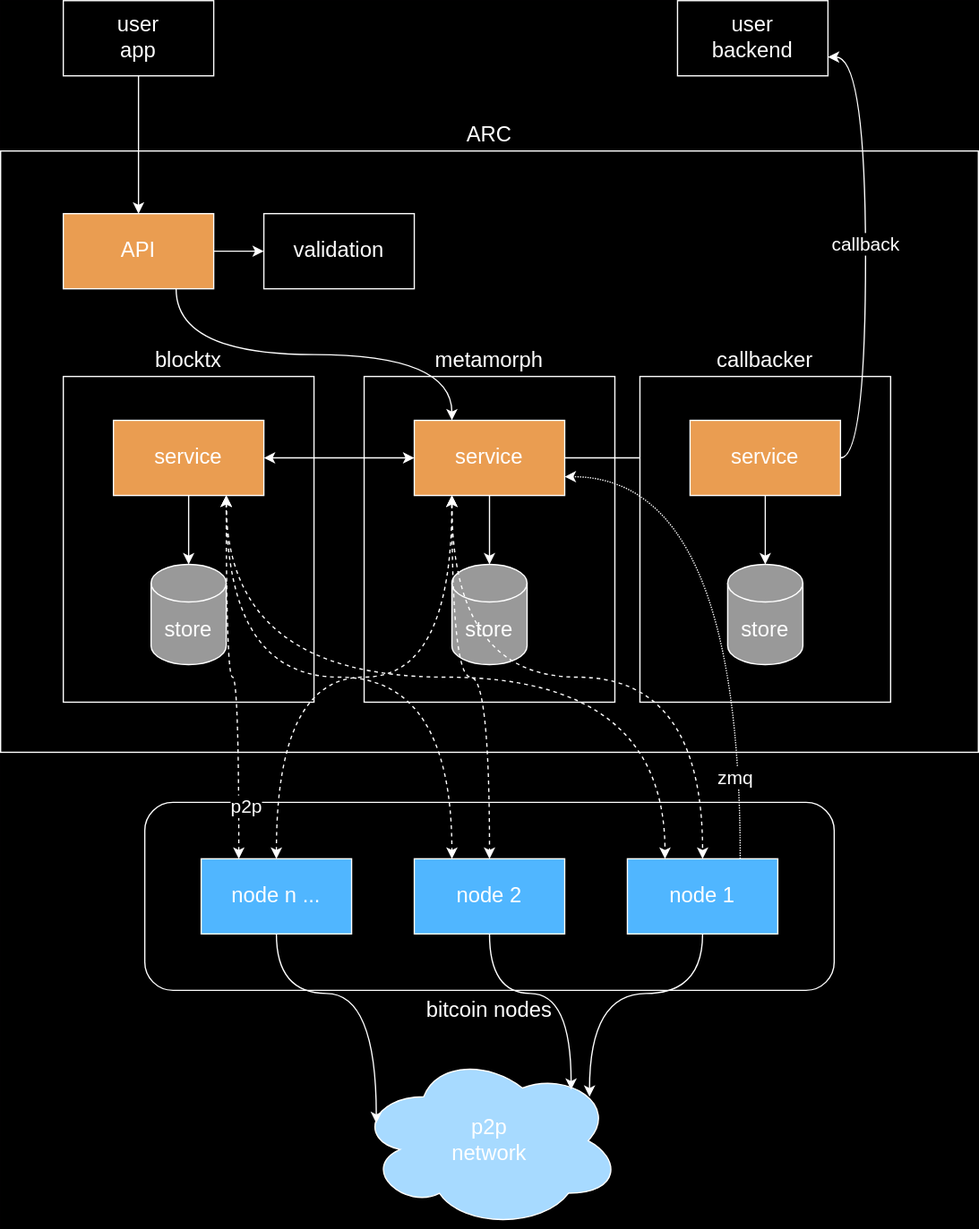
This is doc/building_block_diagram.drawio.svg from bitcoin-sv/arc, a draw.io export, as it was before one commit. Source tidied: cells renumbered, new cells last; positions are measured from the earlier drawing's top-left corner, leaving out a move shared by most shapes.
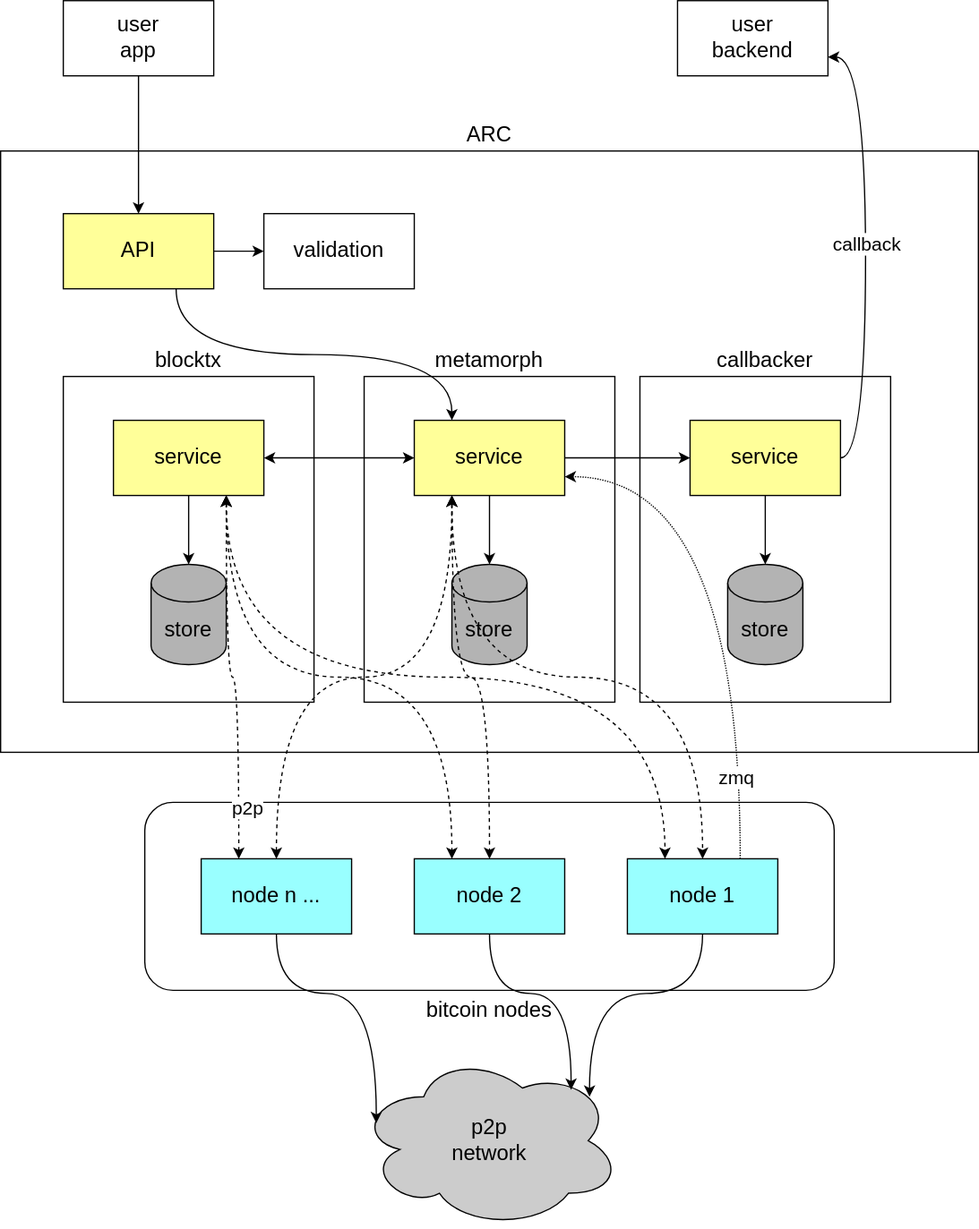
Later version of the same file.

Commit message:
docs(BPAAS-2024): Fix building block diagram (#836)

Diff of the diagram source:
```diff
@@ -1,8 +1,8 @@
-<mxGraphModel>
+<mxGraphModel background="#FFFFFF">
   <root>
     <mxCell id="0" />
     <mxCell id="1" parent="0" />
-    <mxCell id="2" value="ARC" style="rounded=0;whiteSpace=wrap;html=1;fontSize=17;align=center;labelPosition=center;verticalLabelPosition=top;verticalAlign=bottom;" parent="1" vertex="1">
+    <mxCell id="2" value="ARC" style="rounded=0;whiteSpace=wrap;html=1;fontSize=17;align=center;labelPosition=center;verticalLabelPosition=top;verticalAlign=bottom;fillColor=default;" parent="1" vertex="1">
       <mxGeometry y="120" width="780" height="480" as="geometry" />
     </mxCell>
     <mxCell id="3" value="metamorph" style="rounded=0;whiteSpace=wrap;html=1;fontSize=17;align=center;labelPosition=center;verticalLabelPosition=top;verticalAlign=bottom;" parent="1" vertex="1">
@@ -17,34 +17,31 @@
     <mxCell id="6" style="edgeStyle=orthogonalEdgeStyle;rounded=0;jettySize=auto;html=1;exitX=0.75;exitY=1;exitDx=0;exitDy=0;entryX=0.25;entryY=0;entryDx=0;entryDy=0;curved=1;" parent="1" edge="1" source="7" target="9">
       <mxGeometry relative="1" as="geometry" />
     </mxCell>
-    <mxCell id="7" value="API" style="rounded=0;whiteSpace=wrap;html=1;fontSize=17;fillColor=#994C00;" parent="1" vertex="1">
+    <mxCell id="7" value="API" style="rounded=0;whiteSpace=wrap;html=1;fontSize=17;fillColor=#FFFF99;" parent="1" vertex="1">
       <mxGeometry x="50" y="170" width="120" height="60" as="geometry" />
     </mxCell>
-    <mxCell id="8" style="edgeStyle=orthogonalEdgeStyle;rounded=0;jettySize=auto;html=1;exitX=1;exitY=0.5;exitDx=0;exitDy=0;entryX=0;entryY=0.5;entryDx=0;entryDy=0;" parent="1" edge="1" source="9" target="15">
-      <mxGeometry relative="1" as="geometry" />
-    </mxCell>
-    <mxCell id="9" value="service" style="rounded=0;whiteSpace=wrap;html=1;fontSize=17;fillColor=#994C00;gradientColor=none;" parent="1" vertex="1">
+    <mxCell id="9" value="service" style="rounded=0;whiteSpace=wrap;html=1;fontSize=17;fillColor=#FFFF99;gradientColor=none;" parent="1" vertex="1">
       <mxGeometry x="330" y="335" width="120" height="60" as="geometry" />
     </mxCell>
-    <mxCell id="10" value="store" style="shape=cylinder3;whiteSpace=wrap;html=1;boundedLbl=1;backgroundOutline=1;size=15;fontSize=17;fillColor=#666666;" parent="1" vertex="1">
+    <mxCell id="10" value="store" style="shape=cylinder3;whiteSpace=wrap;html=1;boundedLbl=1;backgroundOutline=1;size=15;fontSize=17;fillColor=#B3B3B3;" parent="1" vertex="1">
       <mxGeometry x="360" y="450" width="60" height="80" as="geometry" />
     </mxCell>
     <mxCell id="11" value="blocktx" style="rounded=0;whiteSpace=wrap;html=1;fontSize=17;align=center;labelPosition=center;verticalLabelPosition=top;verticalAlign=bottom;" parent="1" vertex="1">
       <mxGeometry x="50" y="300" width="200" height="260" as="geometry" />
     </mxCell>
-    <mxCell id="12" value="service" style="rounded=0;whiteSpace=wrap;html=1;fontSize=17;fillColor=#994C00;" parent="1" vertex="1">
+    <mxCell id="12" value="service" style="rounded=0;whiteSpace=wrap;html=1;fontSize=17;fillColor=#FFFF99;" parent="1" vertex="1">
       <mxGeometry x="90" y="335" width="120" height="60" as="geometry" />
     </mxCell>
-    <mxCell id="13" value="store" style="shape=cylinder3;whiteSpace=wrap;html=1;boundedLbl=1;backgroundOutline=1;size=15;fontSize=17;fillColor=#666666;" parent="1" vertex="1">
+    <mxCell id="13" value="store" style="shape=cylinder3;whiteSpace=wrap;html=1;boundedLbl=1;backgroundOutline=1;size=15;fontSize=17;fillColor=#B3B3B3;" parent="1" vertex="1">
       <mxGeometry x="120" y="450" width="60" height="80" as="geometry" />
     </mxCell>
     <mxCell id="14" value="callbacker" style="rounded=0;whiteSpace=wrap;html=1;fontSize=17;labelPosition=center;verticalLabelPosition=top;align=center;verticalAlign=bottom;" parent="1" vertex="1">
       <mxGeometry x="510" y="300" width="200" height="260" as="geometry" />
     </mxCell>
-    <mxCell id="15" value="service" style="rounded=0;whiteSpace=wrap;html=1;fontSize=17;fillColor=#994C00;" parent="1" vertex="1">
+    <mxCell id="15" value="service" style="rounded=0;whiteSpace=wrap;html=1;fontSize=17;fillColor=#FFFF99;" parent="1" vertex="1">
       <mxGeometry x="550" y="335" width="120" height="60" as="geometry" />
     </mxCell>
-    <mxCell id="16" value="store" style="shape=cylinder3;whiteSpace=wrap;html=1;boundedLbl=1;backgroundOutline=1;size=15;fontSize=17;fillColor=#666666;" parent="1" vertex="1">
+    <mxCell id="16" value="store" style="shape=cylinder3;whiteSpace=wrap;html=1;boundedLbl=1;backgroundOutline=1;size=15;fontSize=17;fillColor=#B3B3B3;" parent="1" vertex="1">
       <mxGeometry x="580" y="450" width="60" height="80" as="geometry" />
     </mxCell>
     <mxCell id="17" style="edgeStyle=orthogonalEdgeStyle;rounded=0;jettySize=auto;html=1;exitX=0.5;exitY=1;exitDx=0;exitDy=0;entryX=0.5;entryY=0;entryDx=0;entryDy=0;" parent="1" edge="1" source="18" target="7">
@@ -56,16 +53,16 @@
     <mxCell id="19" value="user&lt;br style=&quot;font-size: 17px;&quot;&gt;backend" style="rounded=0;whiteSpace=wrap;html=1;fontSize=17;" parent="1" vertex="1">
       <mxGeometry x="540" width="120" height="60" as="geometry" />
     </mxCell>
-    <mxCell id="20" value="p2p&lt;div style=&quot;font-size: 17px;&quot;&gt;network&lt;/div&gt;" style="ellipse;shape=cloud;whiteSpace=wrap;html=1;fontSize=17;fillColor=#003366;" parent="1" vertex="1">
+    <mxCell id="20" value="p2p&lt;div style=&quot;font-size: 17px;&quot;&gt;network&lt;/div&gt;" style="ellipse;shape=cloud;whiteSpace=wrap;html=1;fontSize=17;fillColor=#CCCCCC;" parent="1" vertex="1">
       <mxGeometry x="285" y="840" width="210" height="140" as="geometry" />
     </mxCell>
     <mxCell id="21" value="bitcoin nodes" style="rounded=1;whiteSpace=wrap;html=1;fontSize=17;labelPosition=center;verticalLabelPosition=bottom;align=center;verticalAlign=top;" parent="1" vertex="1">
       <mxGeometry x="115" y="640" width="550" height="150" as="geometry" />
     </mxCell>
-    <mxCell id="22" value="node n ..." style="rounded=0;whiteSpace=wrap;html=1;fontSize=17;fillColor=#0066CC;" parent="1" vertex="1">
+    <mxCell id="22" value="node n ..." style="rounded=0;whiteSpace=wrap;html=1;fontSize=17;fillColor=#99FFFF;" parent="1" vertex="1">
       <mxGeometry x="160" y="685" width="120" height="60" as="geometry" />
     </mxCell>
-    <mxCell id="23" value="node 2" style="rounded=0;whiteSpace=wrap;html=1;fontSize=17;fillColor=#0066CC;" parent="1" vertex="1">
+    <mxCell id="23" value="node 2" style="rounded=0;whiteSpace=wrap;html=1;fontSize=17;fillColor=#99FFFF;" parent="1" vertex="1">
       <mxGeometry x="330" y="685" width="120" height="60" as="geometry" />
     </mxCell>
     <mxCell id="24" style="edgeStyle=orthogonalEdgeStyle;rounded=0;jettySize=auto;html=1;exitX=0.75;exitY=0;exitDx=0;exitDy=0;entryX=1;entryY=0.75;entryDx=0;entryDy=0;elbow=vertical;curved=1;dashed=1;dashPattern=1 1;" parent="1" edge="1" source="26" target="9">
@@ -74,7 +71,7 @@
     <mxCell id="25" value="zmq" style="edgeLabel;html=1;align=center;verticalAlign=middle;fontSize=15;" parent="24" vertex="1">
       <mxGeometry x="-0.7" y="4" relative="1" as="geometry" />
     </mxCell>
-    <mxCell id="26" value="node 1" style="rounded=0;whiteSpace=wrap;html=1;fontSize=17;fillColor=#0066CC;" parent="1" vertex="1">
+    <mxCell id="26" value="node 1" style="rounded=0;whiteSpace=wrap;html=1;fontSize=17;fillColor=#99FFFF;" parent="1" vertex="1">
       <mxGeometry x="500" y="685" width="120" height="60" as="geometry" />
     </mxCell>
     <mxCell id="27" style="endArrow=classic;startArrow=classic;html=1;rounded=0;exitX=1;exitY=0.5;exitDx=0;exitDy=0;" parent="1" edge="1" source="12" target="9">
@@ -125,5 +122,8 @@
     <mxCell id="42" style="edgeStyle=orthogonalEdgeStyle;rounded=0;jettySize=auto;html=1;exitX=0.5;exitY=1;exitDx=0;exitDy=0;entryX=0.88;entryY=0.25;entryDx=0;entryDy=0;entryPerimeter=0;curved=1;" parent="1" edge="1" source="26" target="20">
       <mxGeometry relative="1" as="geometry" />
     </mxCell>
+    <mxCell id="8" style="edgeStyle=orthogonalEdgeStyle;rounded=0;jettySize=auto;html=1;exitX=1;exitY=0.5;exitDx=0;exitDy=0;entryX=0;entryY=0.5;entryDx=0;entryDy=0;" parent="1" edge="1" source="9" target="15">
+      <mxGeometry relative="1" as="geometry" />
+    </mxCell>
   </root>
 </mxGraphModel>
```
